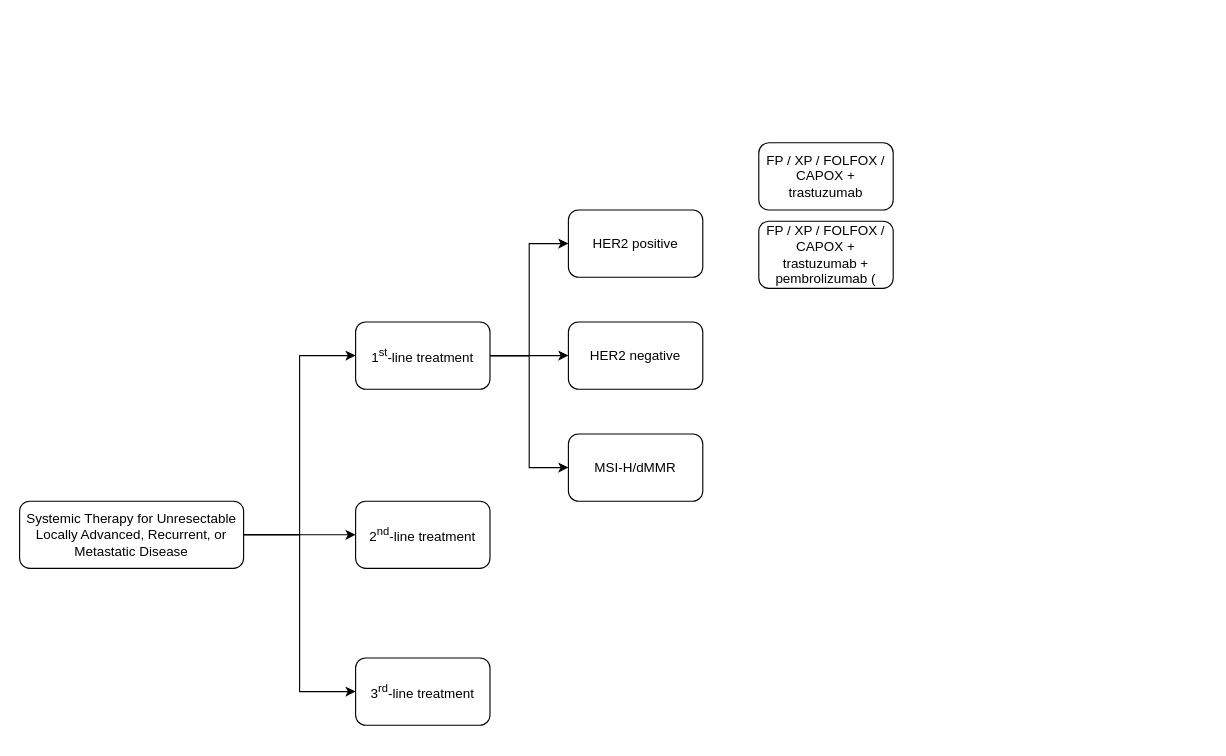
This is 未命名绘图.drawio from tjxboy/draw.io, a draw.io file, before an edit. Source tidied: cells renumbered, new cells numbered last; positions are measured from the earlier drawing's top-left corner, leaving out a move shared by most shapes. Both pictures are drawn from the tidied source at 112%, with x=0, y=0 at pixel (19, 142).
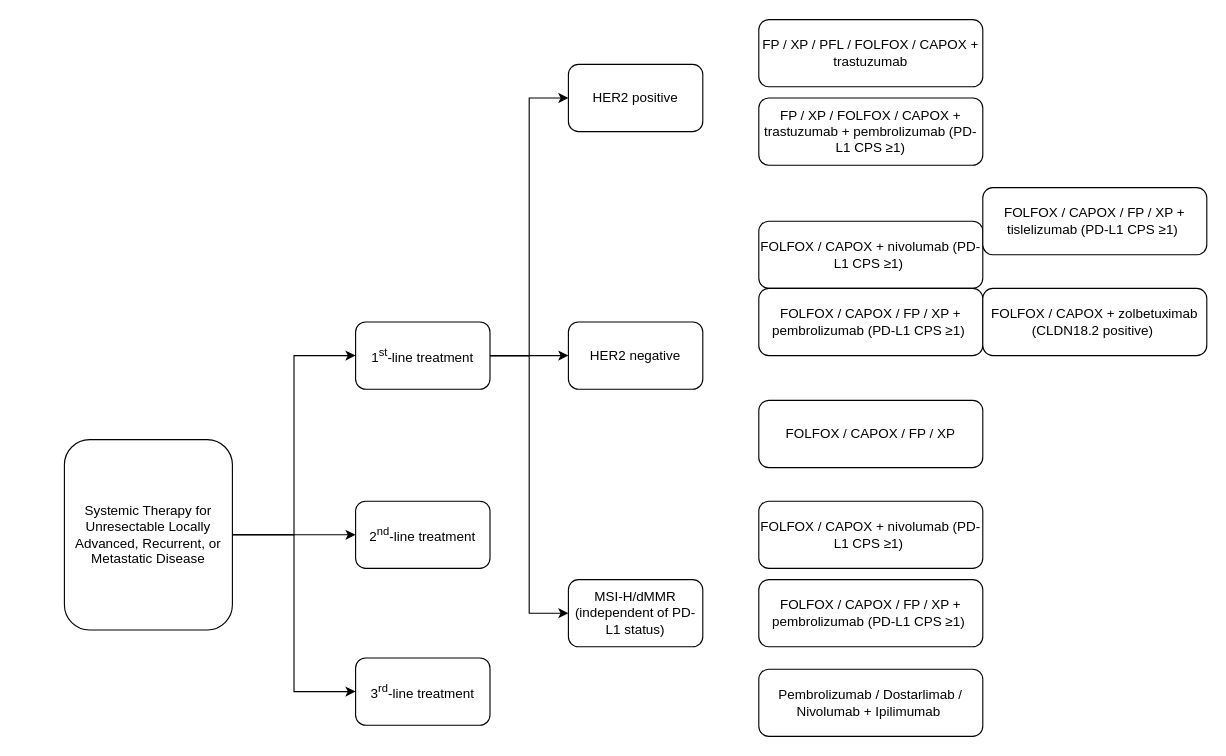
The same diagram, later.

Commit message:
更新未命名绘图.drawio

What changed in the source:
```diff
@@
     <mxCell id="5" value="Systemic Therapy for Unresectable Locally Advanced, Recurrent, or Metastatic Disease" style="rounded=1;whiteSpace=wrap;html=1;" parent="1" vertex="1">
-      <mxGeometry y="320" width="200" height="60" as="geometry" />
+      <mxGeometry x="40" y="265" width="150" height="170" as="geometry" />
     </mxCell>
@@
     <mxCell id="12" value="HER2 positive" style="whiteSpace=wrap;html=1;rounded=1;" parent="1" vertex="1">
-      <mxGeometry x="490" y="60" width="120" height="60" as="geometry" />
+      <mxGeometry x="490" y="-70" width="120" height="60" as="geometry" />
     </mxCell>
@@
-    <mxCell id="14" value="MSI-H/dMMR" style="whiteSpace=wrap;html=1;rounded=1;" parent="1" vertex="1">
-      <mxGeometry x="490" y="260" width="120" height="60" as="geometry" />
+    <mxCell id="14" value="MSI-H/dMMR (independent of PD-L1 status)" style="whiteSpace=wrap;html=1;rounded=1;" parent="1" vertex="1">
+      <mxGeometry x="490" y="390" width="120" height="60" as="geometry" />
     </mxCell>
-    <mxCell id="15" value="FP / XP / FOLFOX / CAPOX + trastuzumab" style="rounded=1;html=1;whiteSpace=wrap;" parent="1" vertex="1">
-      <mxGeometry x="660" width="120" height="60" as="geometry" />
+    <mxCell id="15" value="FP / XP / PFL / FOLFOX / CAPOX + trastuzumab" style="rounded=1;html=1;whiteSpace=wrap;" parent="1" vertex="1">
+      <mxGeometry x="660" y="-110" width="200" height="60" as="geometry" />
     </mxCell>
-    <mxCell id="16" value="FP / XP / FOLFOX / CAPOX + trastuzumab + pembrolizumab (" style="rounded=1;html=1;whiteSpace=wrap;" parent="1" vertex="1">
-      <mxGeometry x="660" y="70" width="120" height="60" as="geometry" />
+    <mxCell id="16" value="FP / XP / FOLFOX / CAPOX + trastuzumab + pembrolizumab (PD-L1 CPS ≥1)" style="rounded=1;html=1;whiteSpace=wrap;" parent="1" vertex="1">
+      <mxGeometry x="660" y="-40" width="200" height="60" as="geometry" />
     </mxCell>
+    <mxCell id="17" value="FOLFOX / CAPOX + nivolumab (PD-L1 CPS ≥1)&amp;nbsp;" style="rounded=1;html=1;whiteSpace=wrap;" parent="1" vertex="1">
+      <mxGeometry x="660" y="70" width="200" height="60" as="geometry" />
+    </mxCell>
+    <mxCell id="18" value="FOLFOX / CAPOX / FP / XP + pembrolizumab (PD-L1 CPS ≥1)&amp;nbsp;" style="rounded=1;html=1;whiteSpace=wrap;" parent="1" vertex="1">
+      <mxGeometry x="660" y="130" width="200" height="60" as="geometry" />
+    </mxCell>
+    <mxCell id="19" value="FOLFOX / CAPOX / FP / XP" style="rounded=1;html=1;whiteSpace=wrap;" parent="1" vertex="1">
+      <mxGeometry x="660" y="230" width="200" height="60" as="geometry" />
+    </mxCell>
+    <mxCell id="20" value="FOLFOX / CAPOX + nivolumab (PD-L1 CPS ≥1)&amp;nbsp;" style="rounded=1;html=1;whiteSpace=wrap;" parent="1" vertex="1">
+      <mxGeometry x="660" y="320" width="200" height="60" as="geometry" />
+    </mxCell>
+    <mxCell id="21" value="FOLFOX / CAPOX / FP / XP + pembrolizumab (PD-L1 CPS ≥1)&amp;nbsp;" style="rounded=1;html=1;whiteSpace=wrap;" parent="1" vertex="1">
+      <mxGeometry x="660" y="390" width="200" height="60" as="geometry" />
+    </mxCell>
+    <mxCell id="22" value="Pembrolizumab / Dostarlimab / Nivolumab + Ipilimumab&lt;font class=&quot;notranslate immersive-translate-target-wrapper&quot; translate=&quot;no&quot; lang=&quot;zh-CN&quot; id=&quot;4&quot;&gt;&amp;nbsp; &lt;font class=&quot;immersive-translate-loading-spinner notranslate&quot;&gt;&lt;/font&gt;&lt;/font&gt;" style="rounded=1;html=1;whiteSpace=wrap;" parent="1" vertex="1">
+      <mxGeometry x="660" y="470" width="200" height="60" as="geometry" />
+    </mxCell>
+    <mxCell id="23" value="FOLFOX / CAPOX / FP / XP + tislelizumab (PD-L1 CPS ≥1)&amp;nbsp;" style="rounded=1;html=1;whiteSpace=wrap;" parent="1" vertex="1">
+      <mxGeometry x="860" y="40" width="200" height="60" as="geometry" />
+    </mxCell>
+    <mxCell id="24" value="FOLFOX / CAPOX + zolbetuximab (CLDN18.2 positive)&amp;nbsp;" style="rounded=1;html=1;whiteSpace=wrap;" parent="1" vertex="1">
+      <mxGeometry x="860" y="130" width="200" height="60" as="geometry" />
+    </mxCell>
```
